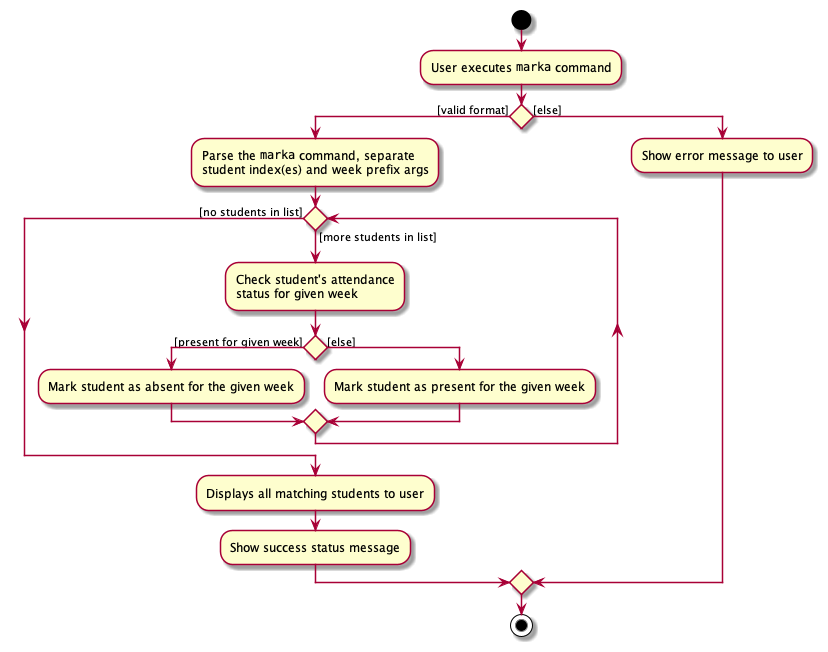
The PlantUML diagram docs/images/MarkStudentAttActivityDiagram.png in nus-cs2103-AY2122S1/tp, before a commit. Source of this version:
```plantuml
@startuml

start

:User executes ""marka"" command;

if () then ([valid format])
    :Parse the ""marka"" command, separate
    student index(es) and week prefix args;

    while () is ([more students in list])

    :Check student's attendance
    status for given week;

    if () then ([present for given week])
    :Mark student as absent for the given week;

    else ([else])
    :Mark student as present for the given week;

    endif

    endwhile ([no students in list])

    :Displays all matching students to user;
    :Show success status message;

else ([else])

    :Show error message to user;

endif

stop

@enduml
```
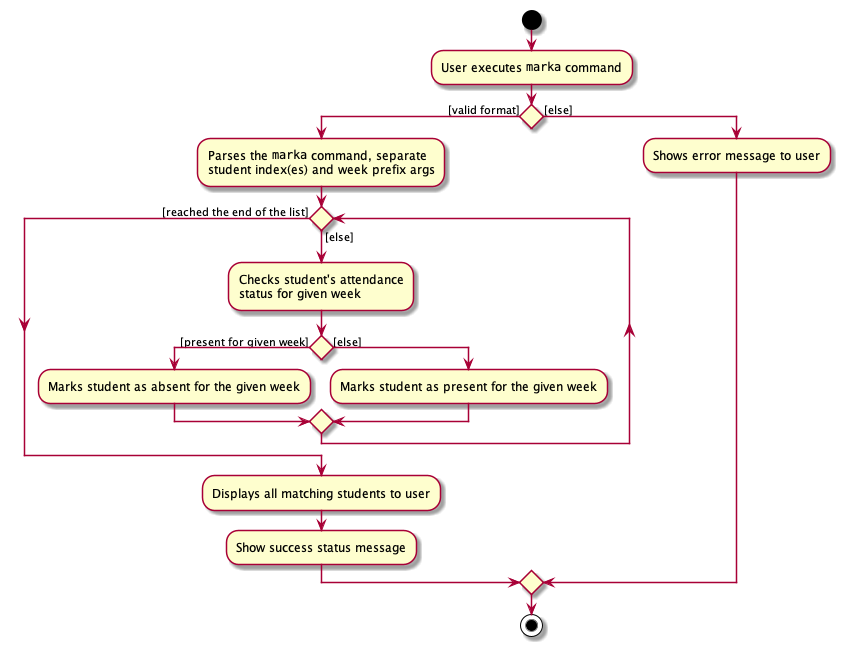
Later version of the same file.

Commit message:
Update stringutil for findStudent and diagrams in dg

Diff of the diagram source:
```diff
@@ -5,30 +5,30 @@
 :User executes ""marka"" command;
 
 if () then ([valid format])
-    :Parse the ""marka"" command, separate
+    :Parses the ""marka"" command, separate
     student index(es) and week prefix args;
 
-    while () is ([more students in list])
+    while () is ([else])
 
-    :Check student's attendance
+    :Checks student's attendance
     status for given week;
 
     if () then ([present for given week])
-    :Mark student as absent for the given week;
+    :Marks student as absent for the given week;
 
     else ([else])
-    :Mark student as present for the given week;
+    :Marks student as present for the given week;
 
     endif
 
-    endwhile ([no students in list])
+    endwhile ([reached the end of the list])
 
     :Displays all matching students to user;
     :Show success status message;
 
 else ([else])
 
-    :Show error message to user;
+    :Shows error message to user;
 
 endif
 
```
